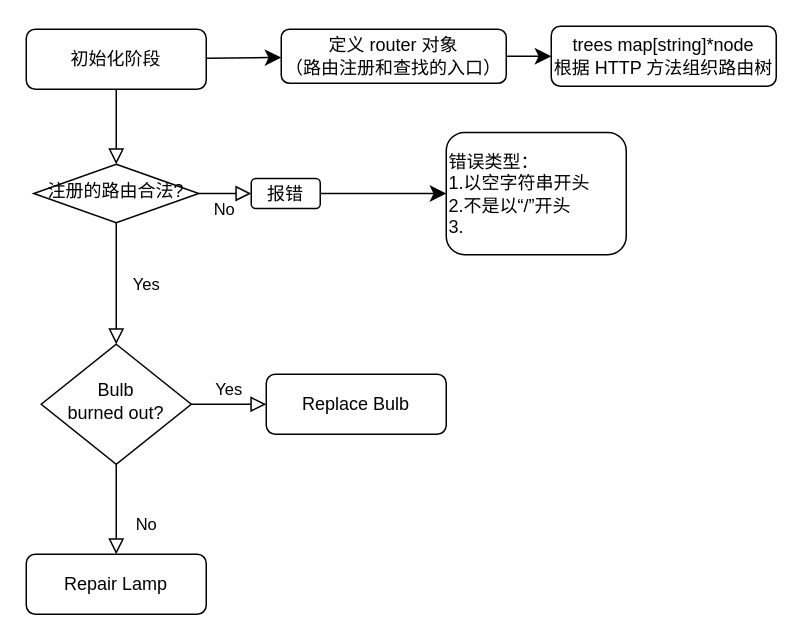
This is 未命名绘图.drawio from JoceHYJ/tomatoPaper, a draw.io file, before an edit. Source tidied: cells renumbered, new cells numbered last; positions are measured from the earlier drawing's top-left corner, leaving out a move shared by most shapes. Both pictures are drawn from the tidied source at 150%, with x=0, y=0 at pixel (26, 26).
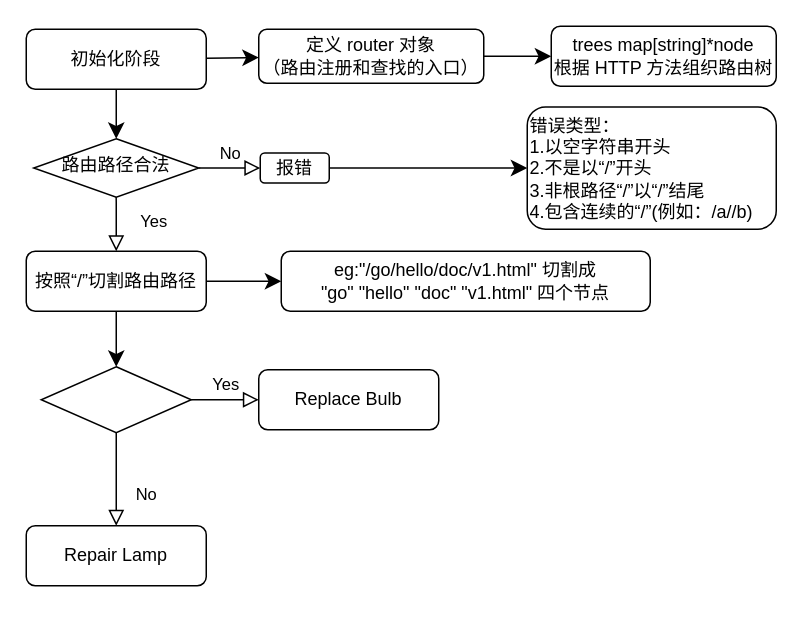
The same diagram, later.

Unchanged cells that the change refers to:
```xml
<mxCell id="4" value="初始化阶段" style="rounded=1;whiteSpace=wrap;html=1;fontSize=12;glass=0;strokeWidth=1;shadow=0;" parent="1" vertex="1">
  <mxGeometry y="2" width="120" height="40" as="geometry" />
</mxCell>
```

What changed in the source:
```diff
@@
+    <mxCell id="3" style="edgeStyle=none;curved=1;rounded=0;jettySize=auto;html=1;fontSize=12;startSize=8;endSize=8;" parent="1" edge="1" source="4" target="16">
+      <mxGeometry relative="1" as="geometry" />
+    </mxCell>
-    <mxCell id="2" style="rounded=0;html=1;jettySize=auto;fontSize=11;endArrow=block;endFill=0;endSize=8;strokeWidth=1;shadow=0;labelBackgroundColor=none;edgeStyle=orthogonalEdgeStyle;" parent="1" edge="1" source="4" target="7">
+    <mxCell id="2" style="edgeStyle=none;curved=1;rounded=0;jettySize=auto;html=1;exitX=0.5;exitY=1;exitDx=0;exitDy=0;entryX=0.5;entryY=0;entryDx=0;entryDy=0;fontSize=12;startSize=8;endSize=8;" parent="1" edge="1" source="4" target="7">
       <mxGeometry relative="1" as="geometry" />
     </mxCell>
-    <mxCell id="3" style="edgeStyle=none;curved=1;rounded=0;jettySize=auto;html=1;fontSize=12;startSize=8;endSize=8;" parent="1" edge="1" source="4" target="16">
-      <mxGeometry relative="1" as="geometry" />
-    </mxCell>
@@
-    <mxCell id="5" value="Yes" style="rounded=0;html=1;jettySize=auto;fontSize=11;endArrow=block;endFill=0;endSize=8;strokeWidth=1;shadow=0;labelBackgroundColor=none;edgeStyle=orthogonalEdgeStyle;" parent="1" edge="1" source="7" target="12">
-      <mxGeometry y="20" relative="1" as="geometry" />
+    <mxCell id="5" value="Yes" style="rounded=0;html=1;jettySize=auto;orthogonalLoop=1;fontSize=11;endArrow=block;endFill=0;endSize=8;strokeWidth=1;shadow=0;labelBackgroundColor=none;edgeStyle=orthogonalEdgeStyle;" parent="1" edge="1">
+      <mxGeometry x="0.4" y="26" relative="1" as="geometry">
+        <mxPoint x="59.5" y="84.5" as="sourcePoint" />
+        <mxPoint x="60" y="150" as="targetPoint" />
+        <mxPoint x="-1" as="offset" />
+      </mxGeometry>
     </mxCell>
     <mxCell id="6" value="No" style="edgeStyle=orthogonalEdgeStyle;rounded=0;html=1;jettySize=auto;fontSize=11;endArrow=block;endFill=0;endSize=8;strokeWidth=1;shadow=0;labelBackgroundColor=none;" parent="1" edge="1" source="7" target="9">
-      <mxGeometry y="10" relative="1" as="geometry" />
+      <mxGeometry x="0.02" y="10" relative="1" as="geometry" />
     </mxCell>
-    <mxCell id="7" value="注册的路由合法?" style="rhombus;whiteSpace=wrap;html=1;shadow=0;fontFamily=Helvetica;fontSize=12;align=center;strokeWidth=1;spacing=6;spacingTop=-4;" parent="1" vertex="1">
-      <mxGeometry x="5" y="92" width="110" height="39" as="geometry" />
+    <mxCell id="7" value="路由路径合法" style="rhombus;whiteSpace=wrap;html=1;shadow=0;fontFamily=Helvetica;fontSize=12;align=center;strokeWidth=1;spacing=6;spacingTop=-4;" parent="1" vertex="1">
+      <mxGeometry x="5" y="75" width="110" height="39" as="geometry" />
     </mxCell>
@@
     <mxCell id="9" value="报错" style="rounded=1;whiteSpace=wrap;html=1;fontSize=12;glass=0;strokeWidth=1;shadow=0;" parent="1" vertex="1">
-      <mxGeometry x="150" y="101.5" width="46" height="20" as="geometry" />
+      <mxGeometry x="156" y="84.5" width="46" height="20" as="geometry" />
     </mxCell>
@@
-    <mxCell id="12" value="Bulb&lt;br&gt;burned out?" style="rhombus;whiteSpace=wrap;html=1;shadow=0;fontFamily=Helvetica;fontSize=12;align=center;strokeWidth=1;spacing=6;spacingTop=-4;" parent="1" vertex="1">
-      <mxGeometry x="10" y="212" width="100" height="80" as="geometry" />
+    <mxCell id="12" style="rhombus;whiteSpace=wrap;html=1;shadow=0;fontFamily=Helvetica;fontSize=12;align=center;strokeWidth=1;spacing=6;spacingTop=-4;" parent="1" vertex="1">
+      <mxGeometry x="10" y="227" width="100" height="44" as="geometry" />
     </mxCell>
     <mxCell id="13" value="Repair Lamp" style="rounded=1;whiteSpace=wrap;html=1;fontSize=12;glass=0;strokeWidth=1;shadow=0;" parent="1" vertex="1">
-      <mxGeometry y="352" width="120" height="40" as="geometry" />
+      <mxGeometry y="333" width="120" height="40" as="geometry" />
     </mxCell>
     <mxCell id="14" value="Replace Bulb" style="rounded=1;whiteSpace=wrap;html=1;fontSize=12;glass=0;strokeWidth=1;shadow=0;" parent="1" vertex="1">
-      <mxGeometry x="160" y="232" width="120" height="40" as="geometry" />
+      <mxGeometry x="155" y="229" width="120" height="40" as="geometry" />
     </mxCell>
@@
     <mxCell id="16" value="定义 router 对象&lt;div&gt;（路由注册和查找的入口）&lt;/div&gt;" style="rounded=1;whiteSpace=wrap;html=1;fontSize=12;glass=0;strokeWidth=1;shadow=0;" parent="1" vertex="1">
-      <mxGeometry x="170" y="2" width="150" height="36" as="geometry" />
+      <mxGeometry x="155" y="2" width="150" height="36" as="geometry" />
     </mxCell>
@@
-    <mxCell id="18" value="错误类型：&lt;div&gt;1.以空字符串开头&lt;/div&gt;&lt;div&gt;2.不是以“/”开头&lt;/div&gt;&lt;div&gt;3.&lt;/div&gt;" style="whiteSpace=wrap;html=1;rounded=1;glass=0;strokeWidth=1;shadow=0;align=left;" parent="1" vertex="1">
-      <mxGeometry x="280" y="70.8" width="120" height="81.5" as="geometry" />
+    <mxCell id="18" value="错误类型：&lt;div&gt;1.以空字符串开头&lt;/div&gt;&lt;div&gt;2.不是以“/”开头&lt;span class=&quot;eusoft-eudic-chrome-extension-translate-content&quot;&gt;&lt;/span&gt;&lt;/div&gt;&lt;div&gt;3.非根路径“/”以“/”结尾&lt;span class=&quot;eusoft-eudic-chrome-extension-translate-content&quot;&gt;&lt;/span&gt;&lt;/div&gt;&lt;div&gt;4.包含连续的“/”(例如：/a//b)&lt;/div&gt;" style="whiteSpace=wrap;html=1;rounded=1;glass=0;strokeWidth=1;shadow=0;align=left;" parent="1" vertex="1">
+      <mxGeometry x="334" y="53.8" width="166" height="81.5" as="geometry" />
     </mxCell>
+    <mxCell id="19" style="edgeStyle=none;curved=1;rounded=0;jettySize=auto;html=1;exitX=0.5;exitY=1;exitDx=0;exitDy=0;entryX=0.5;entryY=0;entryDx=0;entryDy=0;fontSize=12;startSize=8;endSize=8;" parent="1" edge="1" source="21" target="12">
+      <mxGeometry relative="1" as="geometry" />
+    </mxCell>
+    <mxCell id="20" style="edgeStyle=none;curved=1;rounded=0;jettySize=auto;html=1;fontSize=12;startSize=8;endSize=8;" parent="1" edge="1" source="21" target="22">
+      <mxGeometry relative="1" as="geometry" />
+    </mxCell>
+    <mxCell id="21" value="按照“/”切割路由路径" style="rounded=1;whiteSpace=wrap;html=1;fontSize=12;glass=0;strokeWidth=1;shadow=0;" parent="1" vertex="1">
+      <mxGeometry y="150" width="120" height="40" as="geometry" />
+    </mxCell>
+    <mxCell id="22" value="eg:&quot;/go/hello/doc/v1.html&quot; 切割成&lt;div&gt;&quot;go&quot; &quot;hello&quot; &quot;doc&quot; &quot;v1.html&quot; 四个节点&lt;/div&gt;" style="whiteSpace=wrap;html=1;rounded=1;glass=0;strokeWidth=1;shadow=0;" parent="1" vertex="1">
+      <mxGeometry x="170" y="150" width="246" height="40" as="geometry" />
+    </mxCell>
```
